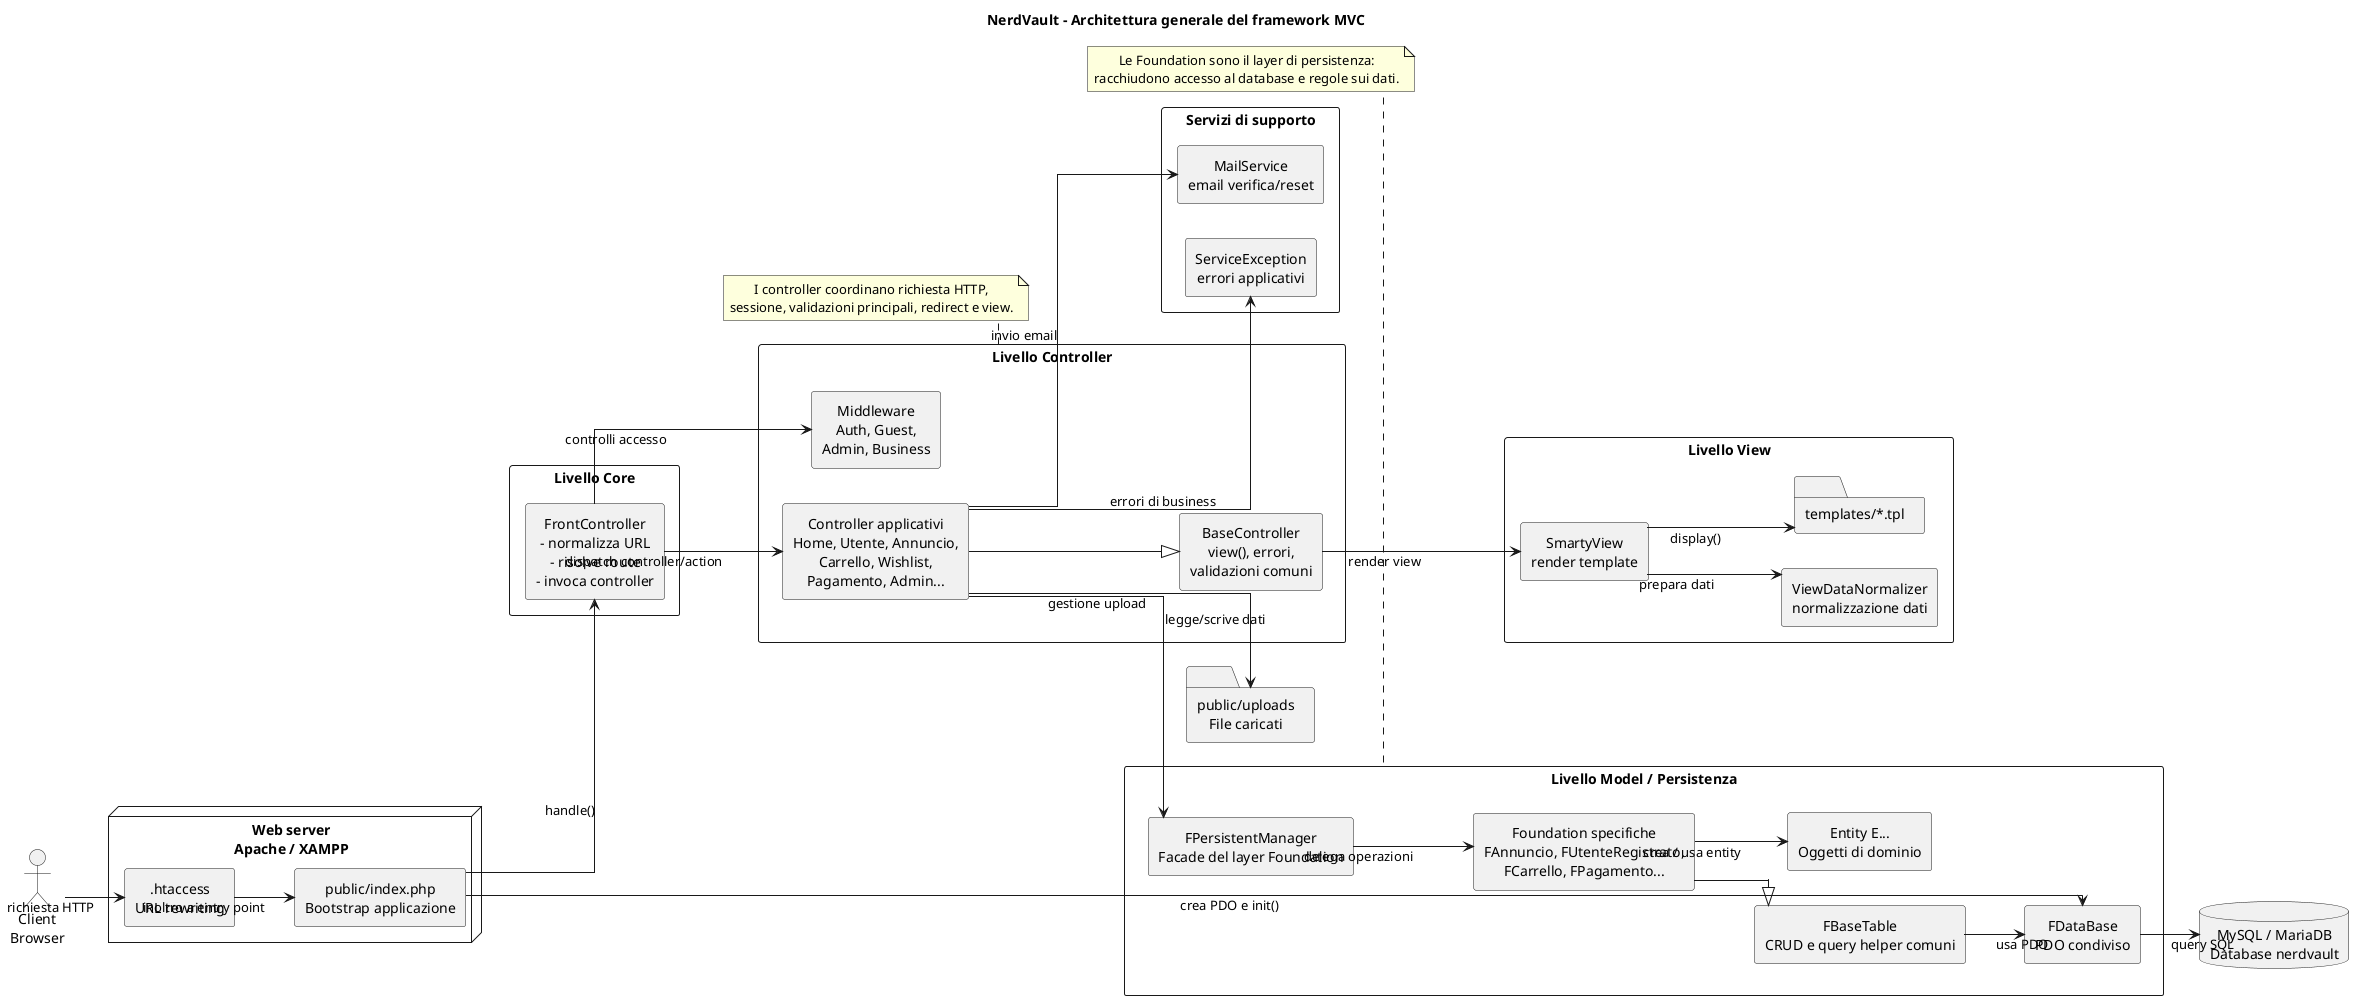
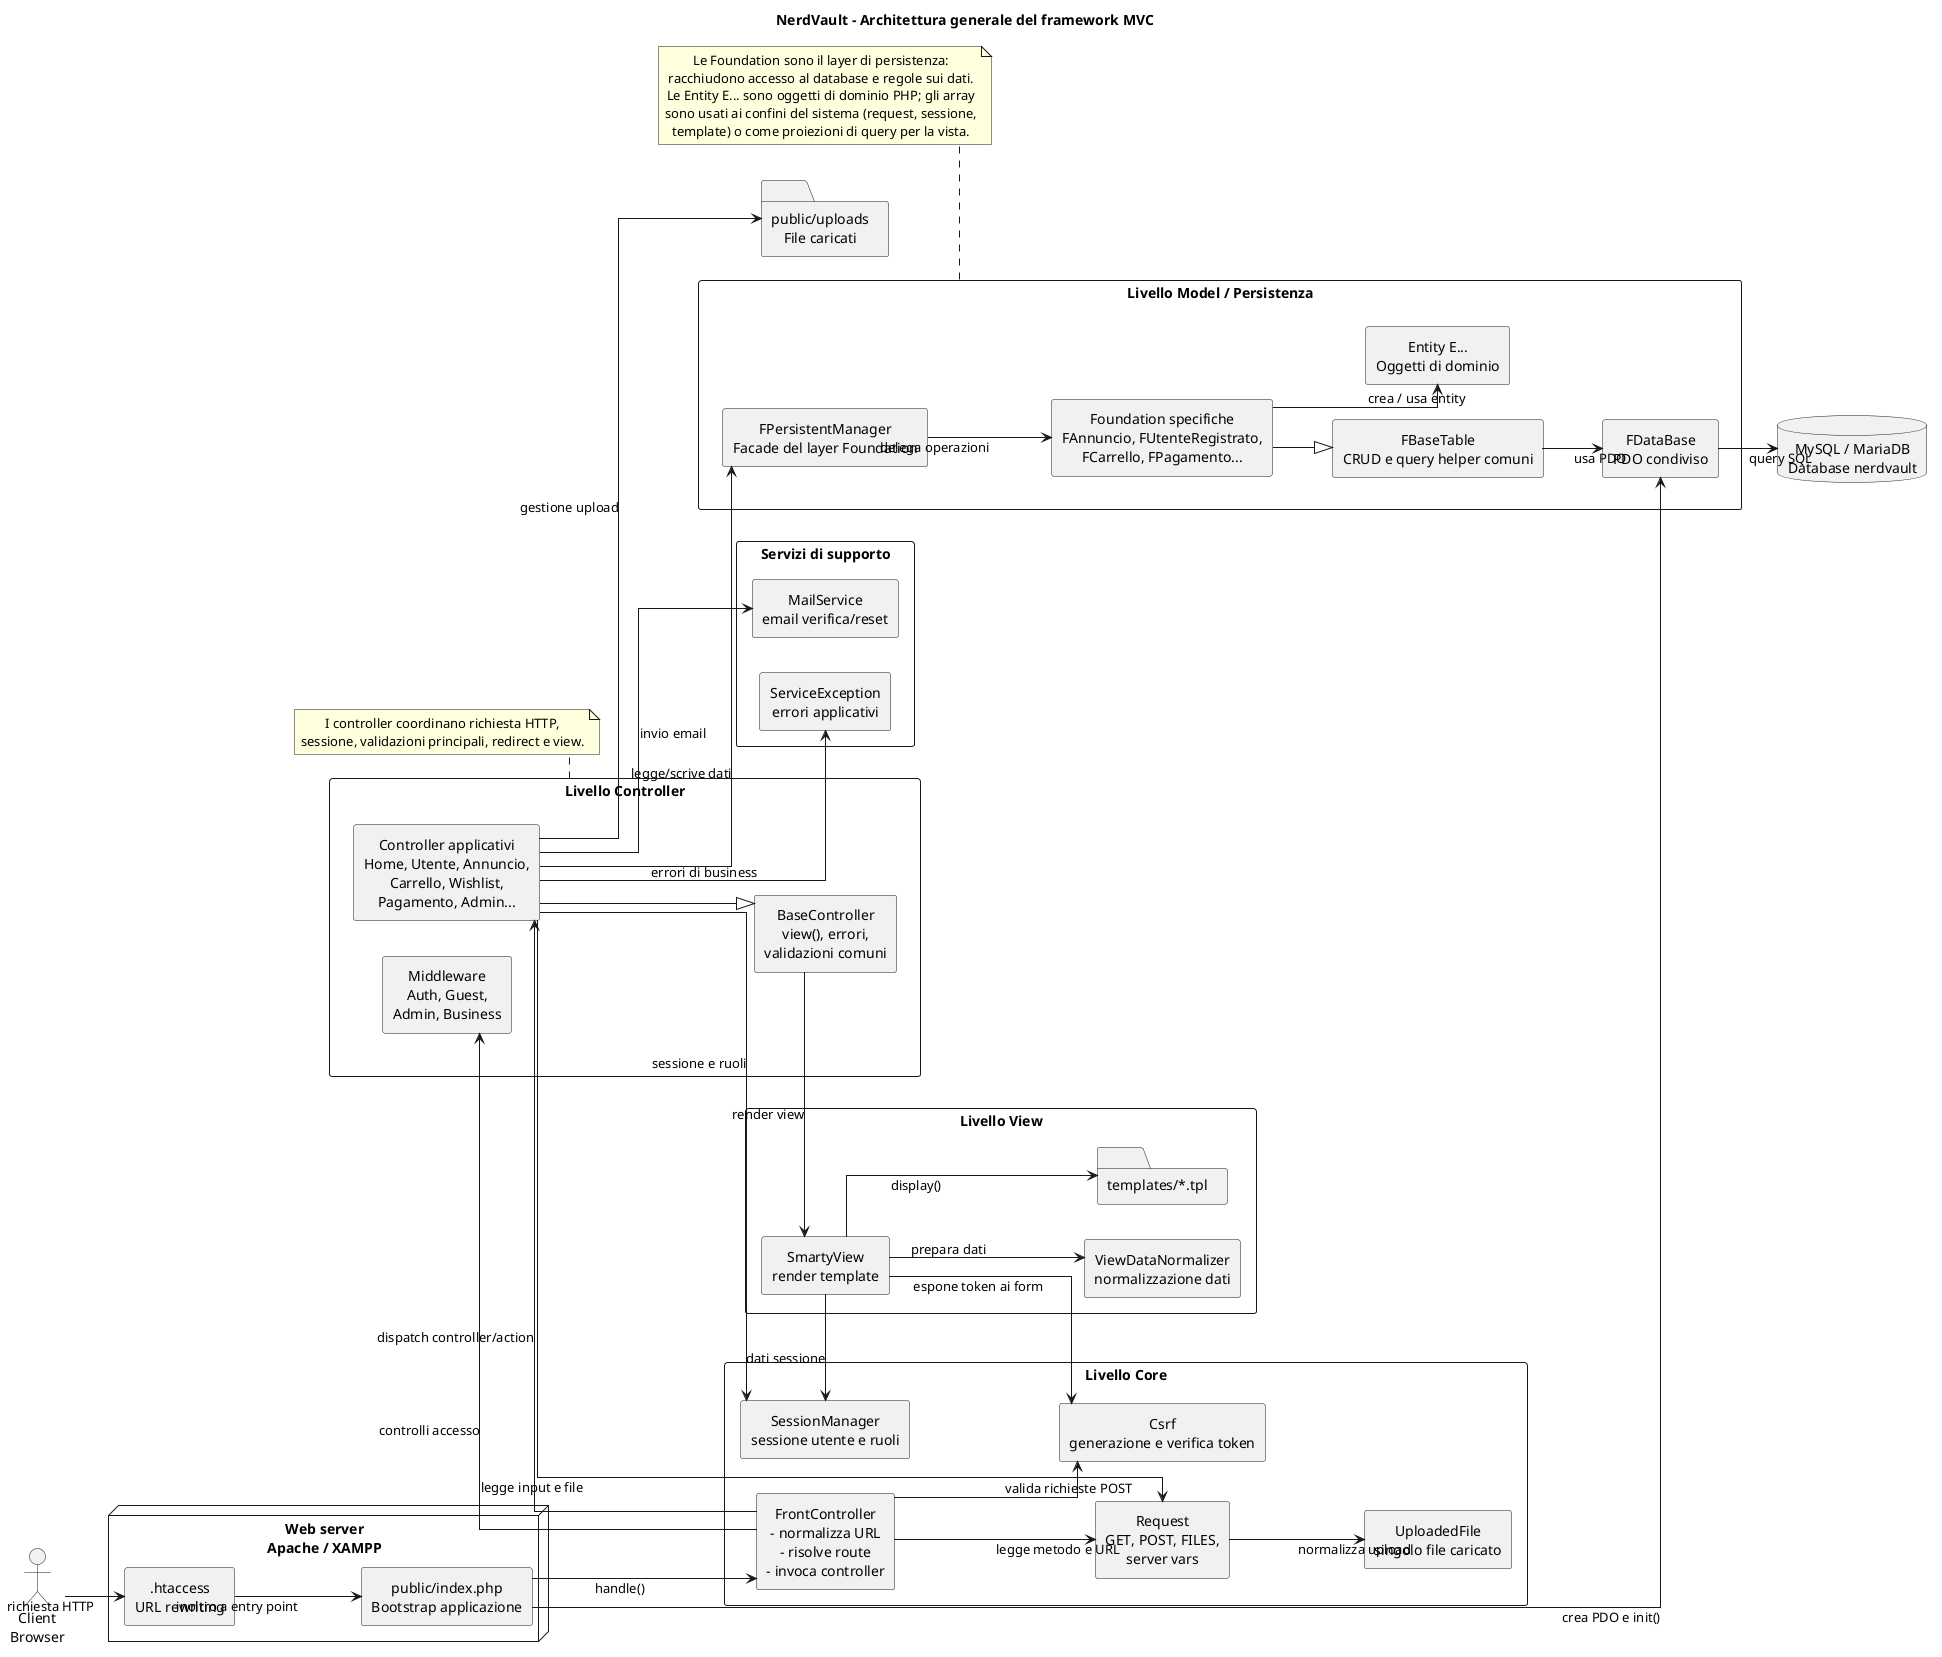
@startuml
title NerdVault - Architettura generale del framework MVC

skinparam componentStyle rectangle
skinparam packageStyle rectangle
skinparam shadowing false
skinparam linetype ortho
skinparam defaultTextAlignment center

left to right direction

actor "Client\nBrowser" as Browser

node "Web server\nApache / XAMPP" as WebServer {
  component ".htaccess\nURL rewriting" as Htaccess
  component "public/index.php\nBootstrap applicazione" as Index
}

package "Livello Core" as Core {
  component "FrontController\n- normalizza URL\n- risolve route\n- invoca controller" as Front
+   component "Request\nGET, POST, FILES,\nserver vars" as Request
+   component "Csrf\ngenerazione e verifica token" as Csrf
+   component "SessionManager\nsessione utente e ruoli" as SessionManager
+   component "UploadedFile\nsingolo file caricato" as UploadedFile
}

package "Livello Controller" as ControllerLayer {
  component "Middleware\nAuth, Guest,\nAdmin, Business" as Middleware
  component "Controller applicativi\nHome, Utente, Annuncio,\nCarrello, Wishlist,\nPagamento, Admin..." as Controllers
  component "BaseController\nview(), errori,\nvalidazioni comuni" as BaseController
}

package "Livello Model / Persistenza" as ModelLayer {
  component "FPersistentManager\nFacade del layer Foundation" as PersistentManager
  component "Foundation specifiche\nFAnnuncio, FUtenteRegistrato,\nFCarrello, FPagamento..." as Foundations
  component "FBaseTable\nCRUD e query helper comuni" as BaseTable
  component "FDataBase\nPDO condiviso" as DatabaseWrapper
  component "Entity E...\nOggetti di dominio" as Entities
}

package "Livello View" as ViewLayer {
  component "SmartyView\nrender template" as SmartyView
  component "ViewDataNormalizer\nnormalizzazione dati" as Normalizer
  folder "templates/*.tpl" as Templates
}

package "Servizi di supporto" as Services {
  component "MailService\nemail verifica/reset" as MailService
  component "ServiceException\nerrori applicativi" as ServiceException
}

database "MySQL / MariaDB\nDatabase nerdvault" as DB
folder "public/uploads\nFile caricati" as Uploads

Browser --> Htaccess : richiesta HTTP
Htaccess --> Index : inoltro a entry point
Index --> DatabaseWrapper : crea PDO e init()
Index --> Front : handle()

+ Front --> Request : legge metodo e URL
+ Front --> Csrf : valida richieste POST
Front --> Middleware : controlli accesso
Front --> Controllers : dispatch controller/action
Controllers --|> BaseController

+ Controllers --> Request : legge input e file
+ Controllers --> SessionManager : sessione e ruoli
Controllers --> PersistentManager : legge/scrive dati
Controllers --> MailService : invio email
Controllers --> Uploads : gestione upload
Controllers --> ServiceException : errori di business
+ Request --> UploadedFile : normalizza upload

BaseController --> SmartyView : render view
SmartyView --> Normalizer : prepara dati
SmartyView --> Templates : display()
+ SmartyView --> Csrf : espone token ai form
+ SmartyView --> SessionManager : dati sessione

PersistentManager --> Foundations : delega operazioni
Foundations --|> BaseTable
Foundations --> Entities : crea / usa entity
BaseTable --> DatabaseWrapper : usa PDO
DatabaseWrapper --> DB : query SQL

note bottom of ControllerLayer
I controller coordinano richiesta HTTP,
sessione, validazioni principali, redirect e view.
end note

note bottom of ModelLayer
Le Foundation sono il layer di persistenza:
racchiudono accesso al database e regole sui dati.
+ Le Entity E... sono oggetti di dominio PHP; gli array
+ sono usati ai confini del sistema (request, sessione,
+ template) o come proiezioni di query per la vista.
end note

@enduml
